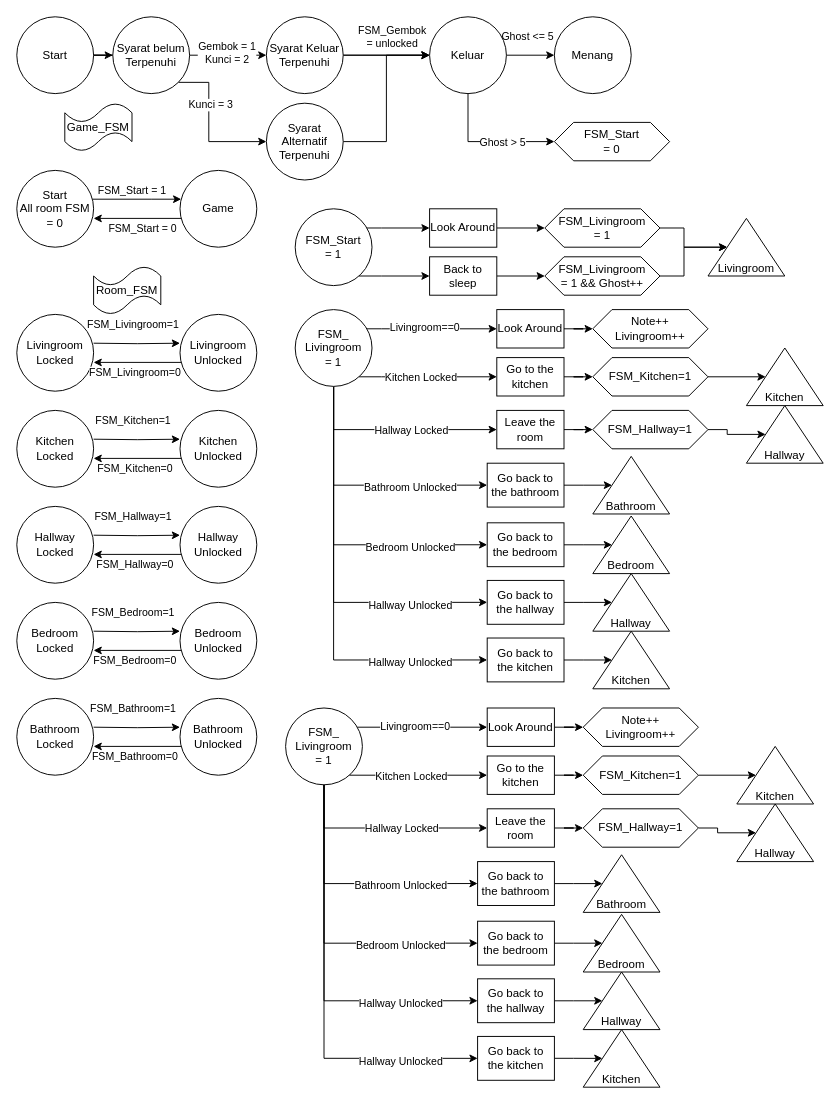
The draw.io diagram diagram/Untitled Diagram.drawio in Trelel129/fsmesc, before the edit. Source tidied: cells renumbered, new cells numbered last; positions are measured from the earlier drawing's top-left corner, leaving out a move shared by most shapes. Both pictures are drawn from the tidied source at 96%, with x=0, y=0 at pixel (16, 16).
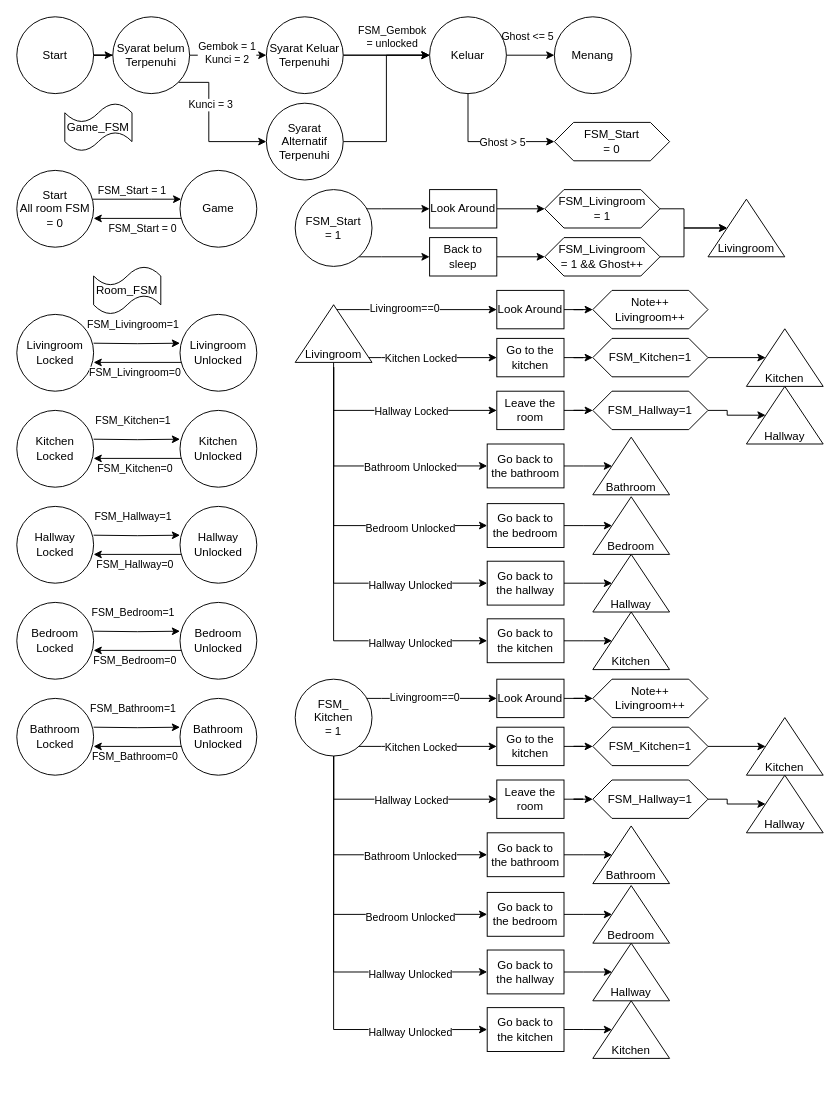
The same diagram, later.

What changed in the source:
```diff
@@
     <mxCell id="28" value="Look Around" style="rounded=0;whiteSpace=wrap;html=1;" parent="1" vertex="1">
-      <mxGeometry x="430" y="200" width="70" height="40" as="geometry" />
+      <mxGeometry x="430" y="180" width="70" height="40" as="geometry" />
     </mxCell>
     <mxCell id="29" style="edgeStyle=orthogonalEdgeStyle;rounded=0;jettySize=auto;html=1;entryX=0;entryY=0.5;entryDx=0;entryDy=0;" parent="1" edge="1" source="31" target="28">
       <mxGeometry relative="1" as="geometry">
         <Array as="points">
-          <mxPoint x="380" y="220" />
-          <mxPoint x="380" y="220" />
+          <mxPoint x="380" y="200" />
+          <mxPoint x="380" y="200" />
         </Array>
       </mxGeometry>
     </mxCell>
     <mxCell id="30" style="edgeStyle=orthogonalEdgeStyle;rounded=0;jettySize=auto;html=1;entryX=0;entryY=0.5;entryDx=0;entryDy=0;" parent="1" edge="1" source="31" target="34">
       <mxGeometry relative="1" as="geometry">
         <Array as="points">
-          <mxPoint x="380" y="270" />
-          <mxPoint x="380" y="270" />
+          <mxPoint x="380" y="250" />
+          <mxPoint x="380" y="250" />
         </Array>
       </mxGeometry>
     </mxCell>
     <mxCell id="31" value="FSM_Start &lt;br&gt;= 1" style="ellipse;whiteSpace=wrap;html=1;" parent="1" vertex="1">
-      <mxGeometry x="290" y="200" width="80" height="80" as="geometry" />
+      <mxGeometry x="290" y="180" width="80" height="80" as="geometry" />
     </mxCell>
@@
     <mxCell id="34" value="Back to sleep" style="rounded=0;whiteSpace=wrap;html=1;" parent="1" vertex="1">
-      <mxGeometry x="430" y="250" width="70" height="40" as="geometry" />
+      <mxGeometry x="430" y="230" width="70" height="40" as="geometry" />
     </mxCell>
@@
     <mxCell id="36" value="FSM_Livingroom&lt;br&gt;= 1" style="shape=hexagon;perimeter=hexagonPerimeter2;whiteSpace=wrap;html=1;fixedSize=1;" parent="1" vertex="1">
-      <mxGeometry x="550" y="200" width="120" height="40" as="geometry" />
+      <mxGeometry x="550" y="180" width="120" height="40" as="geometry" />
     </mxCell>
@@
     <mxCell id="38" value="FSM_Livingroom&lt;br&gt;= 1 &amp;amp;&amp;amp; Ghost++" style="shape=hexagon;perimeter=hexagonPerimeter2;whiteSpace=wrap;html=1;fixedSize=1;" parent="1" vertex="1">
-      <mxGeometry x="550" y="250" width="120" height="40" as="geometry" />
+      <mxGeometry x="550" y="230" width="120" height="40" as="geometry" />
     </mxCell>
@@
     <mxCell id="72" value="Look Around" style="rounded=0;whiteSpace=wrap;html=1;" parent="1" vertex="1">
-      <mxGeometry x="500" y="305" width="70" height="40" as="geometry" />
+      <mxGeometry x="500" y="285" width="70" height="40" as="geometry" />
     </mxCell>
-    <mxCell id="73" style="edgeStyle=orthogonalEdgeStyle;rounded=0;jettySize=auto;html=1;entryX=0;entryY=0.5;entryDx=0;entryDy=0;" parent="1" edge="1" source="84" target="72">
+    <mxCell id="73" style="edgeStyle=orthogonalEdgeStyle;rounded=0;jettySize=auto;html=1;entryX=0;entryY=0.5;entryDx=0;entryDy=0;exitX=1;exitY=0.5;exitDx=0;exitDy=0;" parent="1" edge="1" source="152" target="72">
       <mxGeometry relative="1" as="geometry">
         <Array as="points">
-          <mxPoint x="380" y="325" />
-          <mxPoint x="380" y="325" />
+          <mxPoint x="330" y="305" />
         </Array>
       </mxGeometry>
     </mxCell>
@@
-    <mxCell id="75" style="edgeStyle=orthogonalEdgeStyle;rounded=0;jettySize=auto;html=1;entryX=0;entryY=0.5;entryDx=0;entryDy=0;" parent="1" edge="1" source="84" target="86">
+    <mxCell id="75" style="edgeStyle=orthogonalEdgeStyle;rounded=0;jettySize=auto;html=1;entryX=0;entryY=0.5;entryDx=0;entryDy=0;" parent="1" edge="1" target="86">
       <mxGeometry relative="1" as="geometry">
+        <mxPoint x="356.5" y="355" as="sourcePoint" />
         <Array as="points">
-          <mxPoint x="380" y="375" />
-          <mxPoint x="380" y="375" />
+          <mxPoint x="380" y="355" />
+          <mxPoint x="380" y="355" />
         </Array>
       </mxGeometry>
     </mxCell>
@@
-    <mxCell id="77" style="edgeStyle=orthogonalEdgeStyle;rounded=0;jettySize=auto;html=1;entryX=0;entryY=0.5;entryDx=0;entryDy=0;" parent="1" edge="1" source="84" target="93">
+    <mxCell id="77" style="edgeStyle=orthogonalEdgeStyle;rounded=0;jettySize=auto;html=1;entryX=0;entryY=0.5;entryDx=0;entryDy=0;" parent="1" edge="1" target="93">
       <mxGeometry relative="1" as="geometry">
+        <mxPoint x="330" y="365" as="sourcePoint" />
         <Array as="points">
-          <mxPoint x="330" y="430" />
+          <mxPoint x="330" y="410" />
         </Array>
       </mxGeometry>
     </mxCell>
@@
-    <mxCell id="79" style="edgeStyle=orthogonalEdgeStyle;rounded=0;jettySize=auto;html=1;entryX=0;entryY=0.5;entryDx=0;entryDy=0;" parent="1" edge="1" source="84" target="98">
+    <mxCell id="79" style="edgeStyle=orthogonalEdgeStyle;rounded=0;jettySize=auto;html=1;entryX=0;entryY=0.5;entryDx=0;entryDy=0;" parent="1" edge="1" target="98">
       <mxGeometry relative="1" as="geometry">
+        <mxPoint x="330" y="365" as="sourcePoint" />
         <Array as="points">
-          <mxPoint x="330" y="488" />
+          <mxPoint x="330" y="468" />
         </Array>
       </mxGeometry>
     </mxCell>
@@
-    <mxCell id="81" style="edgeStyle=orthogonalEdgeStyle;rounded=0;jettySize=auto;html=1;entryX=0;entryY=0.5;entryDx=0;entryDy=0;" parent="1" edge="1" source="84" target="102">
+    <mxCell id="81" style="edgeStyle=orthogonalEdgeStyle;rounded=0;jettySize=auto;html=1;entryX=0;entryY=0.5;entryDx=0;entryDy=0;" parent="1" edge="1" target="102">
       <mxGeometry relative="1" as="geometry">
+        <mxPoint x="330" y="365" as="sourcePoint" />
         <Array as="points">
-          <mxPoint x="330" y="550" />
+          <mxPoint x="330" y="530" />
         </Array>
       </mxGeometry>
     </mxCell>
-    <mxCell id="82" style="edgeStyle=orthogonalEdgeStyle;rounded=0;jettySize=auto;html=1;entryX=0;entryY=0.5;entryDx=0;entryDy=0;" parent="1" edge="1" source="84" target="106">
+    <mxCell id="82" style="edgeStyle=orthogonalEdgeStyle;rounded=0;jettySize=auto;html=1;entryX=0;entryY=0.5;entryDx=0;entryDy=0;" parent="1" edge="1" target="106">
       <mxGeometry relative="1" as="geometry">
+        <mxPoint x="330" y="365" as="sourcePoint" />
         <Array as="points">
-          <mxPoint x="330" y="610" />
+          <mxPoint x="330" y="590" />
         </Array>
       </mxGeometry>
     </mxCell>
-    <mxCell id="83" style="edgeStyle=orthogonalEdgeStyle;rounded=0;jettySize=auto;html=1;entryX=0;entryY=0.5;entryDx=0;entryDy=0;" parent="1" edge="1" source="84" target="110">
+    <mxCell id="83" style="edgeStyle=orthogonalEdgeStyle;rounded=0;jettySize=auto;html=1;entryX=0;entryY=0.5;entryDx=0;entryDy=0;exitX=0;exitY=0.5;exitDx=0;exitDy=0;exitPerimeter=0;" parent="1" edge="1" source="152" target="110">
       <mxGeometry relative="1" as="geometry">
         <Array as="points">
-          <mxPoint x="330" y="670" />
+          <mxPoint x="330" y="650" />
         </Array>
       </mxGeometry>
     </mxCell>
-    <mxCell id="84" value="FSM_&lt;br&gt;Livingroom&lt;br&gt;= 1" style="ellipse;whiteSpace=wrap;html=1;" parent="1" vertex="1">
-      <mxGeometry x="290" y="305" width="80" height="80" as="geometry" />
-    </mxCell>
@@
     <mxCell id="86" value="Go to the kitchen" style="rounded=0;whiteSpace=wrap;html=1;" parent="1" vertex="1">
-      <mxGeometry x="500" y="355" width="70" height="40" as="geometry" />
+      <mxGeometry x="500" y="335" width="70" height="40" as="geometry" />
     </mxCell>
     <mxCell id="87" value="Note++&lt;div&gt;Livingroom++&lt;/div&gt;" style="shape=hexagon;perimeter=hexagonPerimeter2;whiteSpace=wrap;html=1;fixedSize=1;" parent="1" vertex="1">
-      <mxGeometry x="600" y="305" width="120" height="40" as="geometry" />
+      <mxGeometry x="600" y="285" width="120" height="40" as="geometry" />
     </mxCell>
@@
     <mxCell id="89" value="FSM_Kitchen=1" style="shape=hexagon;perimeter=hexagonPerimeter2;whiteSpace=wrap;html=1;fixedSize=1;" parent="1" vertex="1">
-      <mxGeometry x="600" y="355" width="120" height="40" as="geometry" />
+      <mxGeometry x="600" y="335" width="120" height="40" as="geometry" />
     </mxCell>
     <mxCell id="90" value="&lt;div&gt;&lt;br&gt;&lt;/div&gt;&lt;div&gt;&lt;br&gt;&lt;/div&gt;&lt;div&gt;&lt;br&gt;&lt;/div&gt;Livingroom" style="triangle;whiteSpace=wrap;html=1;direction=north;" parent="1" vertex="1">
-      <mxGeometry x="720" y="210" width="80" height="60" as="geometry" />
+      <mxGeometry x="720" y="190" width="80" height="60" as="geometry" />
     </mxCell>
     <mxCell id="91" value="&lt;div&gt;&lt;br&gt;&lt;/div&gt;&lt;div&gt;&lt;br&gt;&lt;/div&gt;&lt;div&gt;&lt;br&gt;&lt;/div&gt;Kitchen" style="triangle;whiteSpace=wrap;html=1;direction=north;" parent="1" vertex="1">
-      <mxGeometry x="760" y="345" width="80" height="60" as="geometry" />
+      <mxGeometry x="760" y="325" width="80" height="60" as="geometry" />
     </mxCell>
@@
     <mxCell id="93" value="Leave the room" style="rounded=0;whiteSpace=wrap;html=1;" parent="1" vertex="1">
-      <mxGeometry x="500" y="410" width="70" height="40" as="geometry" />
+      <mxGeometry x="500" y="390" width="70" height="40" as="geometry" />
     </mxCell>
@@
     <mxCell id="95" value="FSM_Hallway=1" style="shape=hexagon;perimeter=hexagonPerimeter2;whiteSpace=wrap;html=1;fixedSize=1;" parent="1" vertex="1">
-      <mxGeometry x="600" y="410" width="120" height="40" as="geometry" />
+      <mxGeometry x="600" y="390" width="120" height="40" as="geometry" />
     </mxCell>
     <mxCell id="96" value="&lt;div&gt;&lt;br&gt;&lt;/div&gt;&lt;div&gt;&lt;br&gt;&lt;/div&gt;&lt;div&gt;&lt;br&gt;&lt;/div&gt;Hallway" style="triangle;whiteSpace=wrap;html=1;direction=north;" parent="1" vertex="1">
-      <mxGeometry x="760" y="405" width="80" height="60" as="geometry" />
+      <mxGeometry x="760" y="385" width="80" height="60" as="geometry" />
     </mxCell>
@@
     <mxCell id="98" value="Go back to the bathroom" style="rounded=0;whiteSpace=wrap;html=1;" parent="1" vertex="1">
-      <mxGeometry x="490" y="465" width="80" height="45.7" as="geometry" />
+      <mxGeometry x="490" y="445" width="80" height="45.7" as="geometry" />
     </mxCell>
     <mxCell id="99" value="&lt;div&gt;&lt;br&gt;&lt;/div&gt;&lt;div&gt;&lt;br&gt;&lt;/div&gt;&lt;div&gt;&lt;br&gt;&lt;/div&gt;Bathroom" style="triangle;whiteSpace=wrap;html=1;direction=north;" parent="1" vertex="1">
-      <mxGeometry x="600" y="457.9" width="80" height="60" as="geometry" />
+      <mxGeometry x="600" y="437.9" width="80" height="60" as="geometry" />
     </mxCell>
     <mxCell id="100" value="Bedroom Unlocked" style="edgeLabel;html=1;align=center;verticalAlign=middle;" parent="1" vertex="1">
-      <mxGeometry x="409.7" y="552" as="geometry" />
+      <mxGeometry x="409.7" y="532" as="geometry" />
     </mxCell>
@@
     <mxCell id="102" value="Go back to the bedroom" style="rounded=0;whiteSpace=wrap;html=1;" parent="1" vertex="1">
-      <mxGeometry x="490" y="527.1" width="80" height="45.7" as="geometry" />
+      <mxGeometry x="490" y="507.1" width="80" height="45.7" as="geometry" />
     </mxCell>
     <mxCell id="103" value="&lt;div&gt;&lt;br&gt;&lt;/div&gt;&lt;div&gt;&lt;br&gt;&lt;/div&gt;&lt;div&gt;&lt;br&gt;&lt;/div&gt;Bedroom" style="triangle;whiteSpace=wrap;html=1;direction=north;" parent="1" vertex="1">
-      <mxGeometry x="600" y="520" width="80" height="60" as="geometry" />
+      <mxGeometry x="600" y="500" width="80" height="60" as="geometry" />
     </mxCell>
     <mxCell id="104" value="Hallway Unlocked" style="edgeLabel;html=1;align=center;verticalAlign=middle;" parent="1" vertex="1">
-      <mxGeometry x="409.7" y="612" as="geometry" />
+      <mxGeometry x="409.7" y="592" as="geometry" />
     </mxCell>
@@
     <mxCell id="106" value="Go back to the hallway" style="rounded=0;whiteSpace=wrap;html=1;" parent="1" vertex="1">
-      <mxGeometry x="490" y="587.1" width="80" height="45.7" as="geometry" />
+      <mxGeometry x="490" y="567.1" width="80" height="45.7" as="geometry" />
     </mxCell>
     <mxCell id="107" value="&lt;div&gt;&lt;br&gt;&lt;/div&gt;&lt;div&gt;&lt;br&gt;&lt;/div&gt;&lt;div&gt;&lt;br&gt;&lt;/div&gt;Hallway" style="triangle;whiteSpace=wrap;html=1;direction=north;" parent="1" vertex="1">
-      <mxGeometry x="600" y="580" width="80" height="60" as="geometry" />
+      <mxGeometry x="600" y="560" width="80" height="60" as="geometry" />
     </mxCell>
     <mxCell id="108" value="Hallway Unlocked" style="edgeLabel;html=1;align=center;verticalAlign=middle;" parent="1" vertex="1">
-      <mxGeometry x="409.7" y="672" as="geometry" />
+      <mxGeometry x="409.7" y="652" as="geometry" />
     </mxCell>
@@
     <mxCell id="110" value="Go back to the kitchen" style="rounded=0;whiteSpace=wrap;html=1;" parent="1" vertex="1">
-      <mxGeometry x="490" y="647.1" width="80" height="45.7" as="geometry" />
+      <mxGeometry x="490" y="627.1" width="80" height="45.7" as="geometry" />
     </mxCell>
     <mxCell id="111" value="&lt;div&gt;&lt;br&gt;&lt;/div&gt;&lt;div&gt;&lt;br&gt;&lt;/div&gt;&lt;div&gt;&lt;br&gt;&lt;/div&gt;Kitchen" style="triangle;whiteSpace=wrap;html=1;direction=north;" parent="1" vertex="1">
-      <mxGeometry x="600" y="640" width="80" height="60" as="geometry" />
+      <mxGeometry x="600" y="620" width="80" height="60" as="geometry" />
     </mxCell>
@@
     <mxCell id="113" value="Look Around" style="rounded=0;whiteSpace=wrap;html=1;" parent="1" vertex="1">
-      <mxGeometry x="490" y="720" width="70" height="40" as="geometry" />
+      <mxGeometry x="500" y="690" width="70" height="40" as="geometry" />
     </mxCell>
     <mxCell id="114" style="edgeStyle=orthogonalEdgeStyle;rounded=0;jettySize=auto;html=1;entryX=0;entryY=0.5;entryDx=0;entryDy=0;" parent="1" edge="1" source="125" target="113">
       <mxGeometry relative="1" as="geometry">
         <Array as="points">
-          <mxPoint x="370" y="740" />
-          <mxPoint x="370" y="740" />
+          <mxPoint x="380" y="710" />
+          <mxPoint x="380" y="710" />
         </Array>
       </mxGeometry>
     </mxCell>
@@
     <mxCell id="116" style="edgeStyle=orthogonalEdgeStyle;rounded=0;jettySize=auto;html=1;entryX=0;entryY=0.5;entryDx=0;entryDy=0;" parent="1" edge="1" source="125" target="127">
       <mxGeometry relative="1" as="geometry">
         <Array as="points">
-          <mxPoint x="370" y="790" />
-          <mxPoint x="370" y="790" />
+          <mxPoint x="380" y="760" />
+          <mxPoint x="380" y="760" />
         </Array>
       </mxGeometry>
     </mxCell>
@@
     <mxCell id="118" style="edgeStyle=orthogonalEdgeStyle;rounded=0;jettySize=auto;html=1;entryX=0;entryY=0.5;entryDx=0;entryDy=0;" parent="1" edge="1" source="125" target="133">
       <mxGeometry relative="1" as="geometry">
         <Array as="points">
-          <mxPoint x="320" y="845" />
+          <mxPoint x="330" y="815" />
         </Array>
       </mxGeometry>
     </mxCell>
@@
     <mxCell id="120" style="edgeStyle=orthogonalEdgeStyle;rounded=0;jettySize=auto;html=1;entryX=0;entryY=0.5;entryDx=0;entryDy=0;" parent="1" edge="1" source="125" target="138">
       <mxGeometry relative="1" as="geometry">
         <Array as="points">
-          <mxPoint x="320" y="903" />
+          <mxPoint x="330" y="873" />
         </Array>
       </mxGeometry>
     </mxCell>
@@
     <mxCell id="122" style="edgeStyle=orthogonalEdgeStyle;rounded=0;jettySize=auto;html=1;entryX=0;entryY=0.5;entryDx=0;entryDy=0;" parent="1" edge="1" source="125" target="142">
       <mxGeometry relative="1" as="geometry">
         <Array as="points">
-          <mxPoint x="320" y="965" />
+          <mxPoint x="330" y="935" />
         </Array>
       </mxGeometry>
     </mxCell>
     <mxCell id="123" style="edgeStyle=orthogonalEdgeStyle;rounded=0;jettySize=auto;html=1;entryX=0;entryY=0.5;entryDx=0;entryDy=0;" parent="1" edge="1" source="125" target="146">
       <mxGeometry relative="1" as="geometry">
         <Array as="points">
-          <mxPoint x="320" y="1025" />
+          <mxPoint x="330" y="995" />
         </Array>
       </mxGeometry>
     </mxCell>
     <mxCell id="124" style="edgeStyle=orthogonalEdgeStyle;rounded=0;jettySize=auto;html=1;entryX=0;entryY=0.5;entryDx=0;entryDy=0;" parent="1" edge="1" source="125" target="150">
       <mxGeometry relative="1" as="geometry">
         <Array as="points">
-          <mxPoint x="320" y="1085" />
+          <mxPoint x="330" y="1055" />
         </Array>
       </mxGeometry>
     </mxCell>
-    <mxCell id="125" value="FSM_&lt;br&gt;Livingroom&lt;br&gt;= 1" style="ellipse;whiteSpace=wrap;html=1;" parent="1" vertex="1">
-      <mxGeometry x="280" y="720" width="80" height="80" as="geometry" />
+    <mxCell id="125" value="FSM_&lt;br&gt;Kitchen&lt;br&gt;= 1" style="ellipse;whiteSpace=wrap;html=1;" parent="1" vertex="1">
+      <mxGeometry x="290" y="690" width="80" height="80" as="geometry" />
     </mxCell>
@@
     <mxCell id="127" value="Go to the kitchen" style="rounded=0;whiteSpace=wrap;html=1;" parent="1" vertex="1">
-      <mxGeometry x="490" y="770" width="70" height="40" as="geometry" />
+      <mxGeometry x="500" y="740" width="70" height="40" as="geometry" />
     </mxCell>
     <mxCell id="128" value="Note++&lt;div&gt;Livingroom++&lt;/div&gt;" style="shape=hexagon;perimeter=hexagonPerimeter2;whiteSpace=wrap;html=1;fixedSize=1;" parent="1" vertex="1">
-      <mxGeometry x="590" y="720" width="120" height="40" as="geometry" />
+      <mxGeometry x="600" y="690" width="120" height="40" as="geometry" />
     </mxCell>
@@
     <mxCell id="130" value="FSM_Kitchen=1" style="shape=hexagon;perimeter=hexagonPerimeter2;whiteSpace=wrap;html=1;fixedSize=1;" parent="1" vertex="1">
-      <mxGeometry x="590" y="770" width="120" height="40" as="geometry" />
+      <mxGeometry x="600" y="740" width="120" height="40" as="geometry" />
     </mxCell>
     <mxCell id="131" value="&lt;div&gt;&lt;br&gt;&lt;/div&gt;&lt;div&gt;&lt;br&gt;&lt;/div&gt;&lt;div&gt;&lt;br&gt;&lt;/div&gt;Kitchen" style="triangle;whiteSpace=wrap;html=1;direction=north;" parent="1" vertex="1">
-      <mxGeometry x="750" y="760" width="80" height="60" as="geometry" />
+      <mxGeometry x="760" y="730" width="80" height="60" as="geometry" />
     </mxCell>
@@
     <mxCell id="133" value="Leave the room" style="rounded=0;whiteSpace=wrap;html=1;" parent="1" vertex="1">
-      <mxGeometry x="490" y="825" width="70" height="40" as="geometry" />
+      <mxGeometry x="500" y="795" width="70" height="40" as="geometry" />
     </mxCell>
@@
     <mxCell id="135" value="FSM_Hallway=1" style="shape=hexagon;perimeter=hexagonPerimeter2;whiteSpace=wrap;html=1;fixedSize=1;" parent="1" vertex="1">
-      <mxGeometry x="590" y="825" width="120" height="40" as="geometry" />
+      <mxGeometry x="600" y="795" width="120" height="40" as="geometry" />
     </mxCell>
     <mxCell id="136" value="&lt;div&gt;&lt;br&gt;&lt;/div&gt;&lt;div&gt;&lt;br&gt;&lt;/div&gt;&lt;div&gt;&lt;br&gt;&lt;/div&gt;Hallway" style="triangle;whiteSpace=wrap;html=1;direction=north;" parent="1" vertex="1">
-      <mxGeometry x="750" y="820" width="80" height="60" as="geometry" />
+      <mxGeometry x="760" y="790" width="80" height="60" as="geometry" />
     </mxCell>
@@
     <mxCell id="138" value="Go back to the bathroom" style="rounded=0;whiteSpace=wrap;html=1;" parent="1" vertex="1">
-      <mxGeometry x="480" y="880" width="80" height="45.7" as="geometry" />
+      <mxGeometry x="490" y="850" width="80" height="45.7" as="geometry" />
     </mxCell>
     <mxCell id="139" value="&lt;div&gt;&lt;br&gt;&lt;/div&gt;&lt;div&gt;&lt;br&gt;&lt;/div&gt;&lt;div&gt;&lt;br&gt;&lt;/div&gt;Bathroom" style="triangle;whiteSpace=wrap;html=1;direction=north;" parent="1" vertex="1">
-      <mxGeometry x="590" y="872.9" width="80" height="60" as="geometry" />
+      <mxGeometry x="600" y="842.9" width="80" height="60" as="geometry" />
     </mxCell>
     <mxCell id="140" value="Bedroom Unlocked" style="edgeLabel;html=1;align=center;verticalAlign=middle;" parent="1" vertex="1">
-      <mxGeometry x="399.7" y="967" as="geometry" />
+      <mxGeometry x="409.7" y="937" as="geometry" />
     </mxCell>
@@
     <mxCell id="142" value="Go back to the bedroom" style="rounded=0;whiteSpace=wrap;html=1;" parent="1" vertex="1">
-      <mxGeometry x="480" y="942.1" width="80" height="45.7" as="geometry" />
+      <mxGeometry x="490" y="912.1" width="80" height="45.7" as="geometry" />
     </mxCell>
     <mxCell id="143" value="&lt;div&gt;&lt;br&gt;&lt;/div&gt;&lt;div&gt;&lt;br&gt;&lt;/div&gt;&lt;div&gt;&lt;br&gt;&lt;/div&gt;Bedroom" style="triangle;whiteSpace=wrap;html=1;direction=north;" parent="1" vertex="1">
-      <mxGeometry x="590" y="935" width="80" height="60" as="geometry" />
+      <mxGeometry x="600" y="905" width="80" height="60" as="geometry" />
     </mxCell>
     <mxCell id="144" value="Hallway Unlocked" style="edgeLabel;html=1;align=center;verticalAlign=middle;" parent="1" vertex="1">
-      <mxGeometry x="399.7" y="1027" as="geometry" />
+      <mxGeometry x="409.7" y="997" as="geometry" />
     </mxCell>
@@
     <mxCell id="146" value="Go back to the hallway" style="rounded=0;whiteSpace=wrap;html=1;" parent="1" vertex="1">
-      <mxGeometry x="480" y="1002.1" width="80" height="45.7" as="geometry" />
+      <mxGeometry x="490" y="972.1" width="80" height="45.7" as="geometry" />
     </mxCell>
     <mxCell id="147" value="&lt;div&gt;&lt;br&gt;&lt;/div&gt;&lt;div&gt;&lt;br&gt;&lt;/div&gt;&lt;div&gt;&lt;br&gt;&lt;/div&gt;Hallway" style="triangle;whiteSpace=wrap;html=1;direction=north;" parent="1" vertex="1">
-      <mxGeometry x="590" y="995" width="80" height="60" as="geometry" />
+      <mxGeometry x="600" y="965" width="80" height="60" as="geometry" />
     </mxCell>
     <mxCell id="148" value="Hallway Unlocked" style="edgeLabel;html=1;align=center;verticalAlign=middle;" parent="1" vertex="1">
-      <mxGeometry x="399.7" y="1087" as="geometry" />
+      <mxGeometry x="409.7" y="1057" as="geometry" />
     </mxCell>
@@
     <mxCell id="150" value="Go back to the kitchen" style="rounded=0;whiteSpace=wrap;html=1;" parent="1" vertex="1">
-      <mxGeometry x="480" y="1062.1" width="80" height="45.7" as="geometry" />
+      <mxGeometry x="490" y="1032.1" width="80" height="45.7" as="geometry" />
     </mxCell>
     <mxCell id="151" value="&lt;div&gt;&lt;br&gt;&lt;/div&gt;&lt;div&gt;&lt;br&gt;&lt;/div&gt;&lt;div&gt;&lt;br&gt;&lt;/div&gt;Kitchen" style="triangle;whiteSpace=wrap;html=1;direction=north;" parent="1" vertex="1">
-      <mxGeometry x="590" y="1055" width="80" height="60" as="geometry" />
+      <mxGeometry x="600" y="1025" width="80" height="60" as="geometry" />
     </mxCell>
+    <mxCell id="152" value="&lt;div&gt;&lt;br&gt;&lt;/div&gt;&lt;div&gt;&lt;br&gt;&lt;/div&gt;&lt;div&gt;&lt;br&gt;&lt;/div&gt;Livingroom" style="triangle;whiteSpace=wrap;html=1;direction=north;" parent="1" vertex="1">
+      <mxGeometry x="290" y="300" width="80" height="60" as="geometry" />
+    </mxCell>
```
